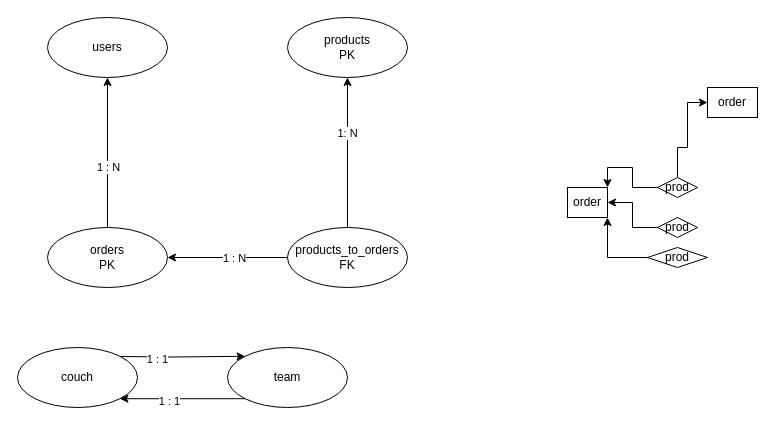
The draw.io diagram sql/db.drawio in freshjs-fte/sql-start, before the edit. Source tidied: cells renumbered, new cells numbered last; positions are measured from the earlier drawing's top-left corner, leaving out a move shared by most shapes. Both pictures are drawn from the tidied source at 100%, with x=0, y=0 at pixel (17, 17).
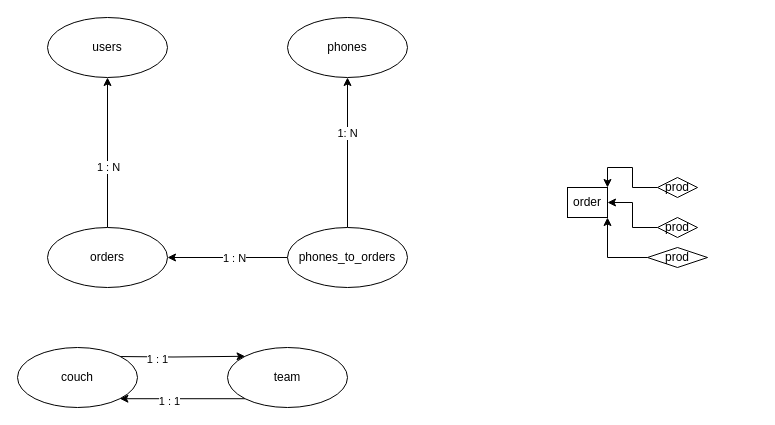
Above is the later version.

The change refers to these unchanged cells:
```xml
<mxCell id="20" value="prod" style="rhombus;whiteSpace=wrap;html=1;" parent="1" vertex="1">
  <mxGeometry x="640" y="160" width="40" height="20" as="geometry" />
</mxCell>
```

Diff of the diagram source:
```diff
@@
-    <mxCell id="5" value="orders&lt;br&gt;PK" style="ellipse;whiteSpace=wrap;html=1;" parent="1" vertex="1">
+    <mxCell id="5" value="orders" style="ellipse;whiteSpace=wrap;html=1;" parent="1" vertex="1">
       <mxGeometry x="30" y="210" width="120" height="60" as="geometry" />
     </mxCell>
-    <mxCell id="6" value="products&lt;br&gt;PK" style="ellipse;whiteSpace=wrap;html=1;" parent="1" vertex="1">
+    <mxCell id="6" value="phones" style="ellipse;whiteSpace=wrap;html=1;" parent="1" vertex="1">
       <mxGeometry x="270" width="120" height="60" as="geometry" />
     </mxCell>
@@
-    <mxCell id="17" value="products_to_orders&lt;br&gt;FK" style="ellipse;whiteSpace=wrap;html=1;" parent="1" vertex="1">
+    <mxCell id="17" value="phones_to_orders" style="ellipse;whiteSpace=wrap;html=1;" parent="1" vertex="1">
       <mxGeometry x="270" y="210" width="120" height="60" as="geometry" />
     </mxCell>
@@
-    <mxCell id="19" style="edgeStyle=orthogonalEdgeStyle;rounded=0;jettySize=auto;html=1;entryX=0;entryY=0.5;entryDx=0;entryDy=0;" parent="1" edge="1" source="20" target="26">
-      <mxGeometry relative="1" as="geometry">
-        <Array as="points">
-          <mxPoint x="660" y="130" />
-          <mxPoint x="670" y="130" />
-          <mxPoint x="670" y="85" />
-        </Array>
-      </mxGeometry>
-    </mxCell>
@@
-    <mxCell id="26" value="order" style="whiteSpace=wrap;html=1;" parent="1" vertex="1">
-      <mxGeometry x="690" y="70" width="50" height="30" as="geometry" />
-    </mxCell>
```
